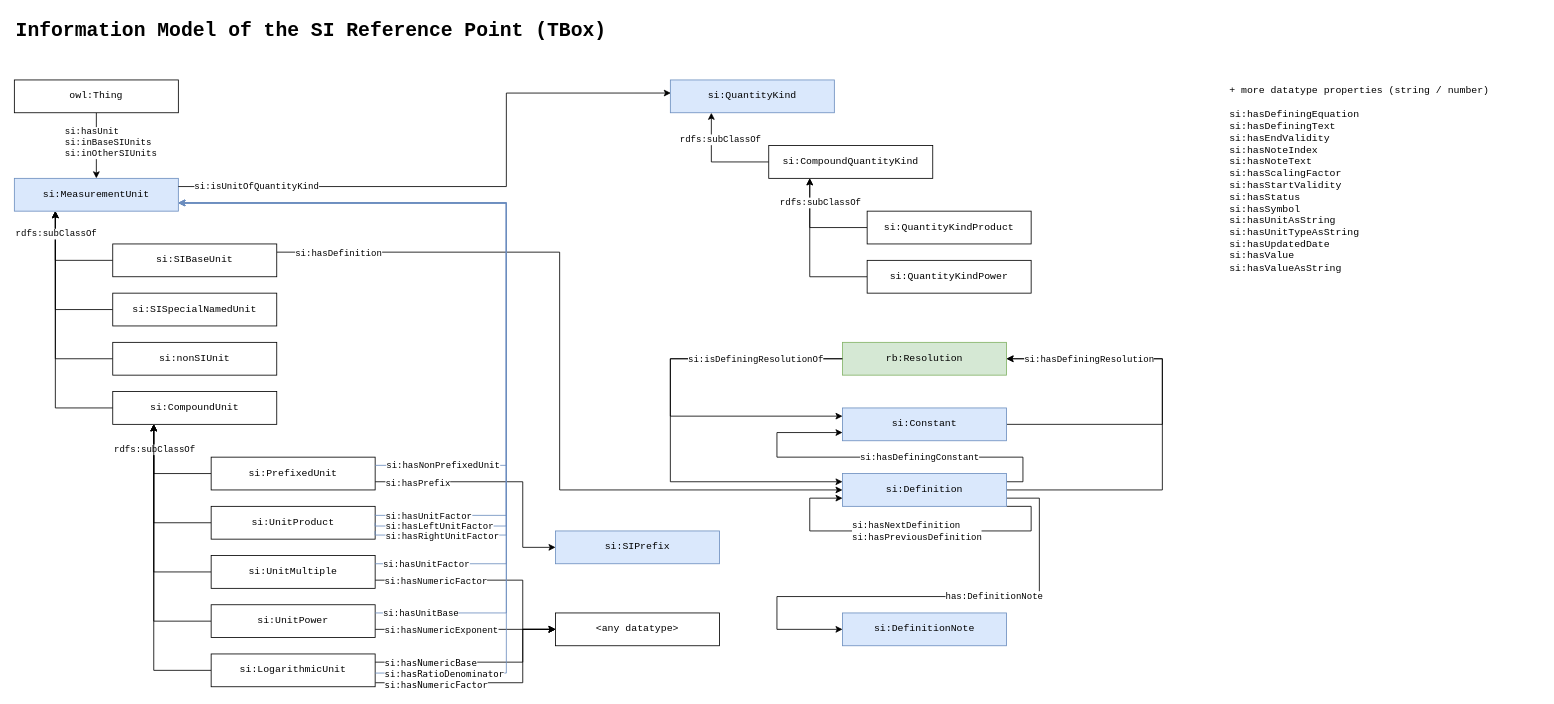
This is docs/si_reference_point_tbox.drawio from TheBIPM/SI-Reference-Point-generation-scripts, a draw.io file, before an edit. Source tidied: cells renumbered, new cells numbered last; positions are measured from the earlier drawing's top-left corner, leaving out a move shared by most shapes. Both pictures are drawn from the tidied source at 82%, with x=0, y=0 at pixel (14, 14).
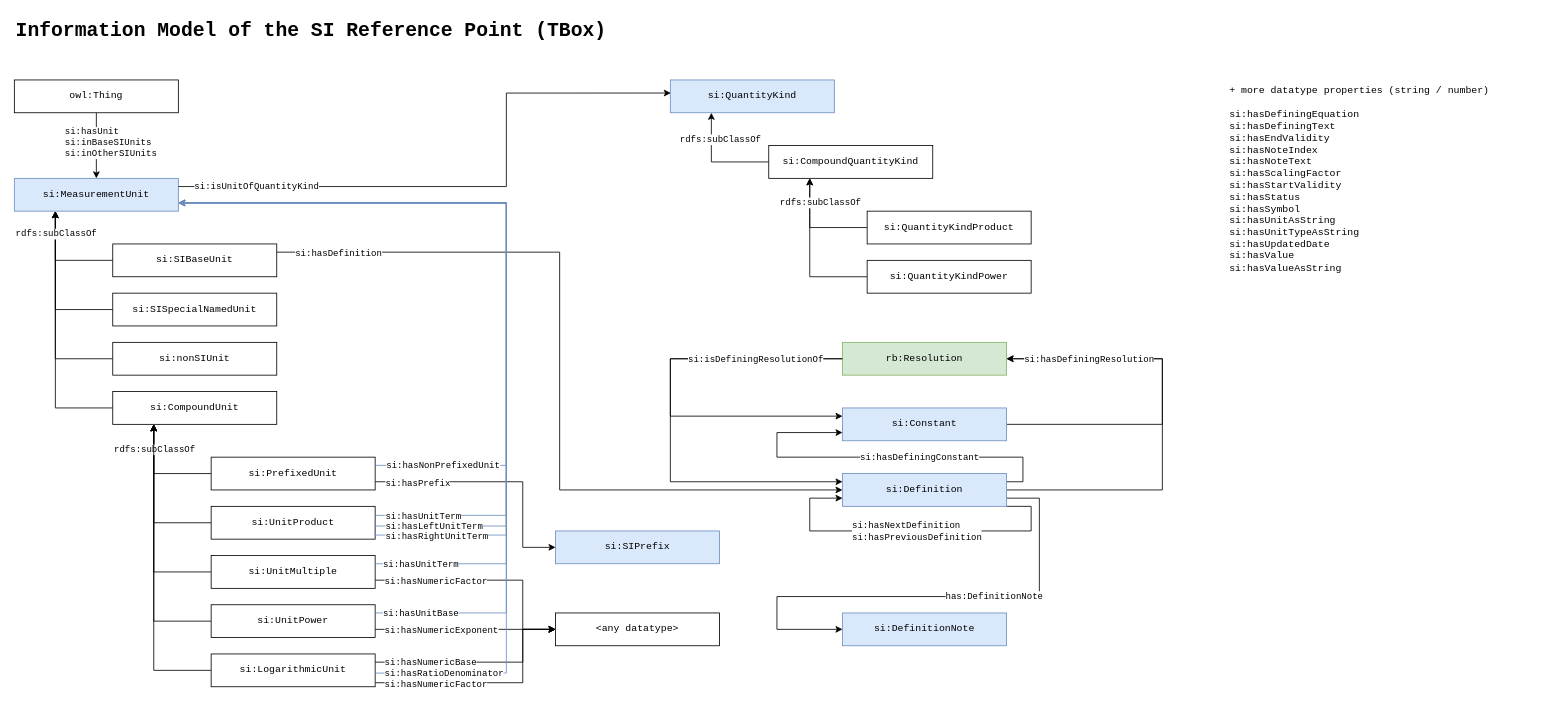
After the change.

Unchanged cells that the change refers to:
```xml
<mxCell id="64" style="edgeStyle=orthogonalEdgeStyle;rounded=0;jettySize=auto;html=1;exitX=1;exitY=0.25;exitDx=0;exitDy=0;entryX=0;entryY=0.5;entryDx=0;entryDy=0;" parent="1" edge="1" source="68" target="52">
  <mxGeometry relative="1" as="geometry">
    <Array as="points">
      <mxPoint x="620" y="790" />
      <mxPoint x="620" y="750" />
    </Array>
  </mxGeometry>
</mxCell>
<mxCell id="66" style="edgeStyle=orthogonalEdgeStyle;rounded=0;jettySize=auto;html=1;exitX=1.001;exitY=0.878;exitDx=0;exitDy=0;entryX=0;entryY=0.5;entryDx=0;entryDy=0;exitPerimeter=0;" parent="1" edge="1" source="68" target="52">
  <mxGeometry relative="1" as="geometry">
    <Array as="points">
      <mxPoint x="620" y="815" />
      <mxPoint x="620" y="750" />
    </Array>
  </mxGeometry>
</mxCell>
<mxCell id="71" style="edgeStyle=orthogonalEdgeStyle;rounded=0;jettySize=auto;html=1;exitX=1;exitY=0.25;exitDx=0;exitDy=0;fillColor=#dae8fc;strokeColor=#6c8ebf;fontFamily=Courier New;align=left;entryX=1;entryY=0.75;entryDx=0;entryDy=0;" parent="1" edge="1" source="14" target="41">
  <mxGeometry relative="1" as="geometry">
    <Array as="points">
      <mxPoint x="600" y="670" />
      <mxPoint x="600" y="230" />
    </Array>
  </mxGeometry>
</mxCell>
<mxCell id="75" style="edgeStyle=orthogonalEdgeStyle;rounded=0;jettySize=auto;html=1;exitX=1;exitY=0.25;exitDx=0;exitDy=0;fillColor=#dae8fc;strokeColor=#6c8ebf;fontFamily=Courier New;align=left;entryX=1;entryY=0.75;entryDx=0;entryDy=0;" parent="1" edge="1" source="21" target="41">
  <mxGeometry relative="1" as="geometry">
    <Array as="points">
      <mxPoint x="440" y="611" />
      <mxPoint x="600" y="611" />
      <mxPoint x="600" y="230" />
    </Array>
  </mxGeometry>
</mxCell>
<mxCell id="77" style="edgeStyle=orthogonalEdgeStyle;rounded=0;jettySize=auto;html=1;fillColor=#dae8fc;strokeColor=#6c8ebf;fontFamily=Courier New;align=left;exitX=1;exitY=0.5;exitDx=0;exitDy=0;entryX=1;entryY=0.75;entryDx=0;entryDy=0;" parent="1" edge="1" source="21" target="41">
  <mxGeometry relative="1" as="geometry">
    <Array as="points">
      <mxPoint x="440" y="624" />
      <mxPoint x="600" y="624" />
      <mxPoint x="600" y="230" />
    </Array>
  </mxGeometry>
</mxCell>
<mxCell id="79" style="edgeStyle=orthogonalEdgeStyle;rounded=0;jettySize=auto;html=1;fillColor=#dae8fc;strokeColor=#6c8ebf;fontFamily=Courier New;align=left;exitX=1;exitY=0.75;exitDx=0;exitDy=0;entryX=1;entryY=0.75;entryDx=0;entryDy=0;" parent="1" edge="1" source="21" target="41">
  <mxGeometry relative="1" as="geometry">
    <Array as="points">
      <mxPoint x="440" y="635" />
      <mxPoint x="600" y="635" />
      <mxPoint x="600" y="230" />
    </Array>
  </mxGeometry>
</mxCell>
<mxCell id="81" style="edgeStyle=orthogonalEdgeStyle;rounded=0;jettySize=auto;html=1;entryX=1;entryY=0.75;entryDx=0;entryDy=0;fillColor=#dae8fc;strokeColor=#6c8ebf;exitX=1;exitY=0.583;exitDx=0;exitDy=0;exitPerimeter=0;" parent="1" edge="1" source="68" target="41">
  <mxGeometry relative="1" as="geometry">
    <Array as="points">
      <mxPoint x="600" y="803" />
      <mxPoint x="600" y="230" />
    </Array>
  </mxGeometry>
</mxCell>
```

Change to the diagram source:
```diff
@@
-    <mxCell id="65" value="si:hasNumericBase" style="edgeLabel;html=1;align=left;verticalAlign=middle;fontFamily=Lucida Console;" parent="64" vertex="1">
+    <mxCell id="65" value="si:hasNumericBase" style="edgeLabel;html=1;align=left;verticalAlign=middle;fontFamily=Courier New;" parent="64" vertex="1">
       <mxGeometry x="-0.35" relative="1" as="geometry">
         <mxPoint x="-75" as="offset" />
       </mxGeometry>
     </mxCell>
@@
-    <mxCell id="67" value="si:hasNumericFactor" style="edgeLabel;html=1;align=left;verticalAlign=middle;fontFamily=Lucida Console;" parent="66" vertex="1">
+    <mxCell id="67" value="si:hasNumericFactor" style="edgeLabel;html=1;align=left;verticalAlign=middle;fontFamily=Courier New;" parent="66" vertex="1">
       <mxGeometry x="-0.69" y="-2" relative="1" as="geometry">
         <mxPoint x="-34" as="offset" />
       </mxGeometry>
     </mxCell>
@@
-    <mxCell id="72" value="si:hasUnitFactor" style="edgeLabel;html=1;align=left;verticalAlign=middle;fontFamily=Courier New;" parent="71" vertex="1">
+    <mxCell id="72" value="si:hasUnitTerm" style="edgeLabel;html=1;align=left;verticalAlign=middle;fontFamily=Courier New;" parent="71" vertex="1">
       <mxGeometry x="-0.89" y="-2" relative="1" as="geometry">
         <mxPoint x="-47" y="-2" as="offset" />
       </mxGeometry>
     </mxCell>
@@
-    <mxCell id="76" value="si:hasUnitFactor" style="edgeLabel;html=1;align=left;verticalAlign=middle;fontFamily=Courier New;" parent="75" vertex="1">
+    <mxCell id="76" value="si:hasUnitTerm" style="edgeLabel;html=1;align=left;verticalAlign=middle;fontFamily=Courier New;" parent="75" vertex="1">
       <mxGeometry x="-0.89" y="-1" relative="1" as="geometry">
         <mxPoint x="-40" as="offset" />
       </mxGeometry>
     </mxCell>
@@
-    <mxCell id="78" value="si:hasLeftUnitFactor" style="edgeLabel;html=1;align=left;verticalAlign=middle;fontFamily=Courier New;" parent="77" vertex="1">
+    <mxCell id="78" value="si:hasLeftUnitTerm" style="edgeLabel;html=1;align=left;verticalAlign=middle;fontFamily=Courier New;" parent="77" vertex="1">
       <mxGeometry x="-0.89" y="-1" relative="1" as="geometry">
         <mxPoint x="-38" y="-1" as="offset" />
       </mxGeometry>
     </mxCell>
@@
-    <mxCell id="80" value="si:hasRightUnitFactor" style="edgeLabel;html=1;align=left;verticalAlign=middle;fontFamily=Courier New;" parent="79" vertex="1">
+    <mxCell id="80" value="si:hasRightUnitTerm" style="edgeLabel;html=1;align=left;verticalAlign=middle;fontFamily=Courier New;" parent="79" vertex="1">
       <mxGeometry x="-0.89" y="-1" relative="1" as="geometry">
         <mxPoint x="-37" as="offset" />
       </mxGeometry>
     </mxCell>
@@
-    <mxCell id="82" value="si:hasRatioDenominator" style="edgeLabel;html=1;align=left;verticalAlign=middle;fontFamily=Lucida Console;" parent="81" vertex="1">
+    <mxCell id="82" value="si:hasRatioDenominator" style="edgeLabel;html=1;align=left;verticalAlign=middle;fontFamily=Courier New;" parent="81" vertex="1">
       <mxGeometry x="-0.34" y="-2" relative="1" as="geometry">
         <mxPoint x="-152" y="214" as="offset" />
       </mxGeometry>
     </mxCell>
```
